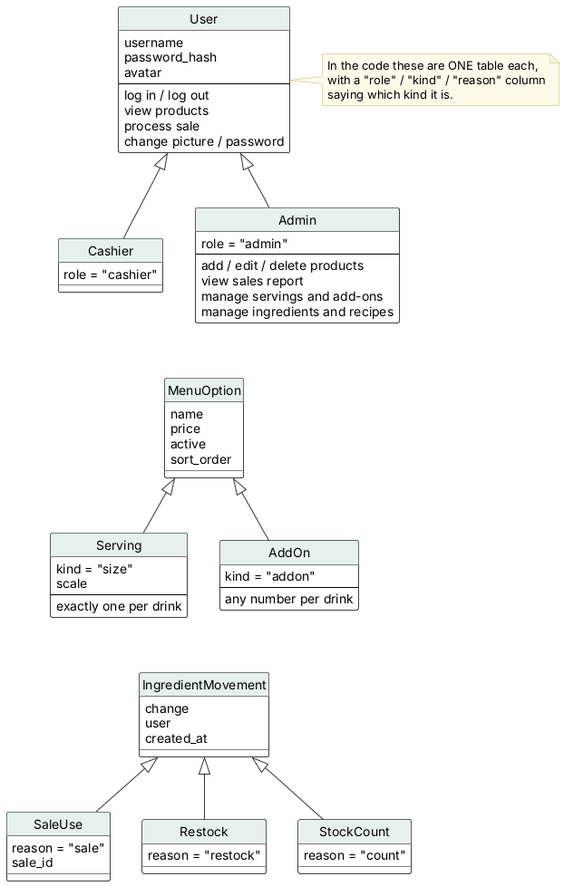
Earlier version of the PlantUML export diagrams/uml/20_generalization.png (JmlAsync/inventory-pos-system).
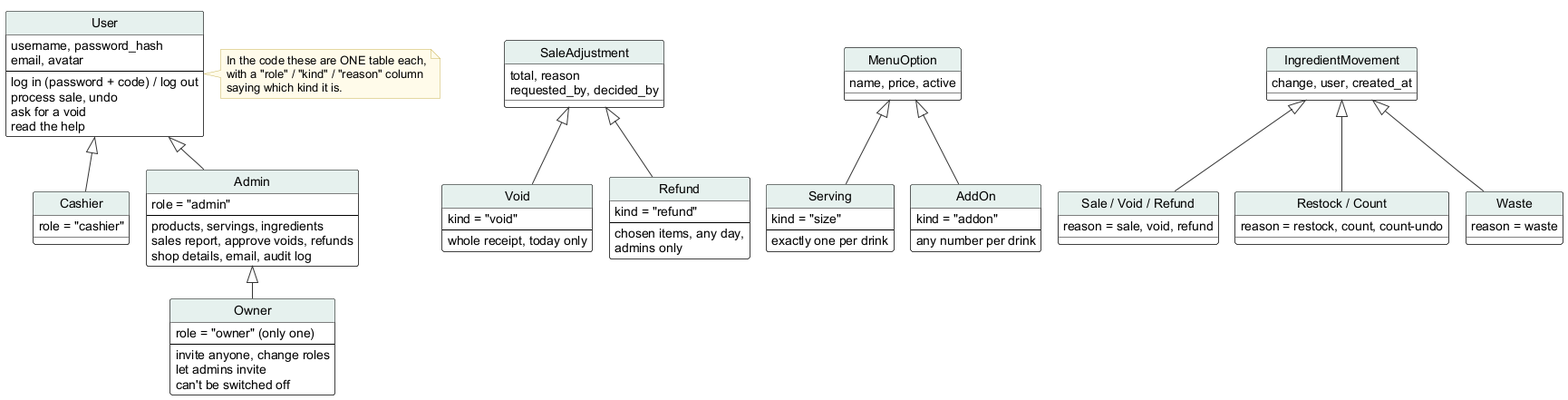
After the commit.

Diff of the diagram source:
```diff
@@ -1,4 +1,5 @@
 @startuml
+!pragma layout smetana
 skinparam defaultFontName Arial
 skinparam shadowing false
 skinparam ArrowColor #333333
@@ -38,14 +39,13 @@
 hide circle
 
 class User {
-  username
-  password_hash
-  avatar
+  username, password_hash
+  email, avatar
   --
-  log in / log out
-  view products
-  process sale
-  change picture / password
+  log in (password + code) / log out
+  process sale, undo
+  ask for a void
+  read the help
 }
 class Cashier {
   role = "cashier"
@@ -53,22 +53,42 @@
 class Admin {
   role = "admin"
   --
-  add / edit / delete products
-  view sales report
-  manage servings and add-ons
-  manage ingredients and recipes
+  products, servings, ingredients
+  sales report, approve voids, refunds
+  shop details, email, audit log
+}
+class Owner {
+  role = "owner" (only one)
+  --
+  invite anyone, change roles
+  let admins invite
+  can't be switched off
 }
 User <|-- Cashier
 User <|-- Admin
+Admin <|-- Owner
+class SaleAdjustment {
+  total, reason
+  requested_by, decided_by
+}
+class Void {
+  kind = "void"
+  --
+  whole receipt, today only
+}
+class Refund {
+  kind = "refund"
+  --
+  chosen items, any day,
+  admins only
+}
+SaleAdjustment <|-- Void
+SaleAdjustment <|-- Refund
 class MenuOption {
-  name
-  price
-  active
-  sort_order
+  name, price, active
 }
 class Serving {
   kind = "size"
-  scale
   --
   exactly one per drink
 }
@@ -80,27 +100,20 @@
 MenuOption <|-- Serving
 MenuOption <|-- AddOn
 class IngredientMovement {
-  change
-  user
-  created_at
+  change, user, created_at
 }
-class SaleUse {
-  reason = "sale"
-  sale_id
+class "Sale / Void / Refund" as SaleUse {
+  reason = sale, void, refund
 }
-class Restock {
-  reason = "restock"
+class "Restock / Count" as Restock {
+  reason = restock, count, count-undo
 }
-class StockCount {
-  reason = "count"
+class Waste {
+  reason = waste
 }
 IngredientMovement <|-- SaleUse
 IngredientMovement <|-- Restock
-IngredientMovement <|-- StockCount
-Cashier -[hidden]down- MenuOption
-Admin -[hidden]down- MenuOption
-Serving -[hidden]down- IngredientMovement
-AddOn -[hidden]down- IngredientMovement
+IngredientMovement <|-- Waste
 note right of User
   In the code these are ONE table each,
   with a "role" / "kind" / "reason" column
```
